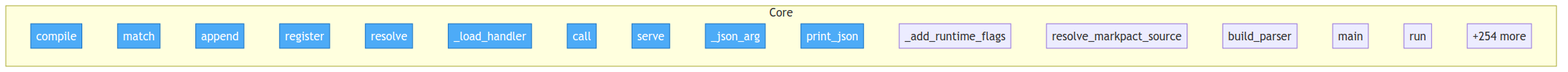
Before: project/flow.png, a diagram exported from Mermaid (tellmesh/urisys). Its source is kept beside it as project/flow.mmd.
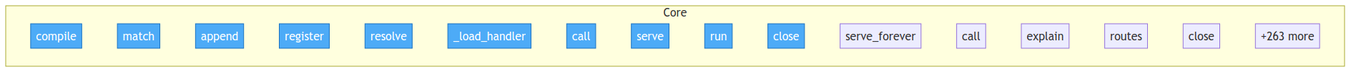
After the change.

The edit, as a diff of the source:
```diff
@@ -11,14 +11,14 @@
         packages__python__urisysedge__runtime__Runtime___load_handler["_load_handler"]
         packages__python__urisysedge__runtime__Runtime__call["call"]
         packages__python__urisysedge__runtime__serve["serve"]
-        src__urisys__cli___json_arg["_json_arg"]
-        src__urisys__cli__print_json["print_json"]
-        src__urisys__cli___add_runtime_flags["_add_runtime_flags"]
-        src__urisys__cli__resolve_markpact_source["resolve_markpact_source"]
-        src__urisys__cli__build_parser["build_parser"]
-        src__urisys__cli__main["main"]
         src__urisys__controllers__flow_controller__FlowController__run["run"]
-        ...["+254 more"]
+        src__urisys__controllers__flow_controller__FlowController__close["close"]
+        src__urisys__controllers__server_controller__ServerController__serve_forever["serve_forever"]
+        src__urisys__controllers__uri_controller__UriController__call["call"]
+        src__urisys__controllers__uri_controller__UriController__explain["explain"]
+        src__urisys__controllers__uri_controller__UriController__routes["routes"]
+        src__urisys__controllers__uri_controller__UriController__close["close"]
+        ...["+263 more"]
     end
 
-    class packages__python__urisysedge__runtime__Route__compile,packages__python__urisysedge__runtime__Route__match,packages__python__urisysedge__runtime__JsonlEventStore__append,packages__python__urisysedge__runtime__Runtime__register,packages__python__urisysedge__runtime__Runtime__resolve,packages__python__urisysedge__runtime__Runtime___load_handler,packages__python__urisysedge__runtime__Runtime__call,packages__python__urisysedge__runtime__serve,src__urisys__cli___json_arg,src__urisys__cli__print_json entry
+    class packages__python__urisysedge__runtime__Route__compile,packages__python__urisysedge__runtime__Route__match,packages__python__urisysedge__runtime__JsonlEventStore__append,packages__python__urisysedge__runtime__Runtime__register,packages__python__urisysedge__runtime__Runtime__resolve,packages__python__urisysedge__runtime__Runtime___load_handler,packages__python__urisysedge__runtime__Runtime__call,packages__python__urisysedge__runtime__serve,src__urisys__controllers__flow_controller__FlowController__run,src__urisys__controllers__flow_controller__FlowController__close entry
```
